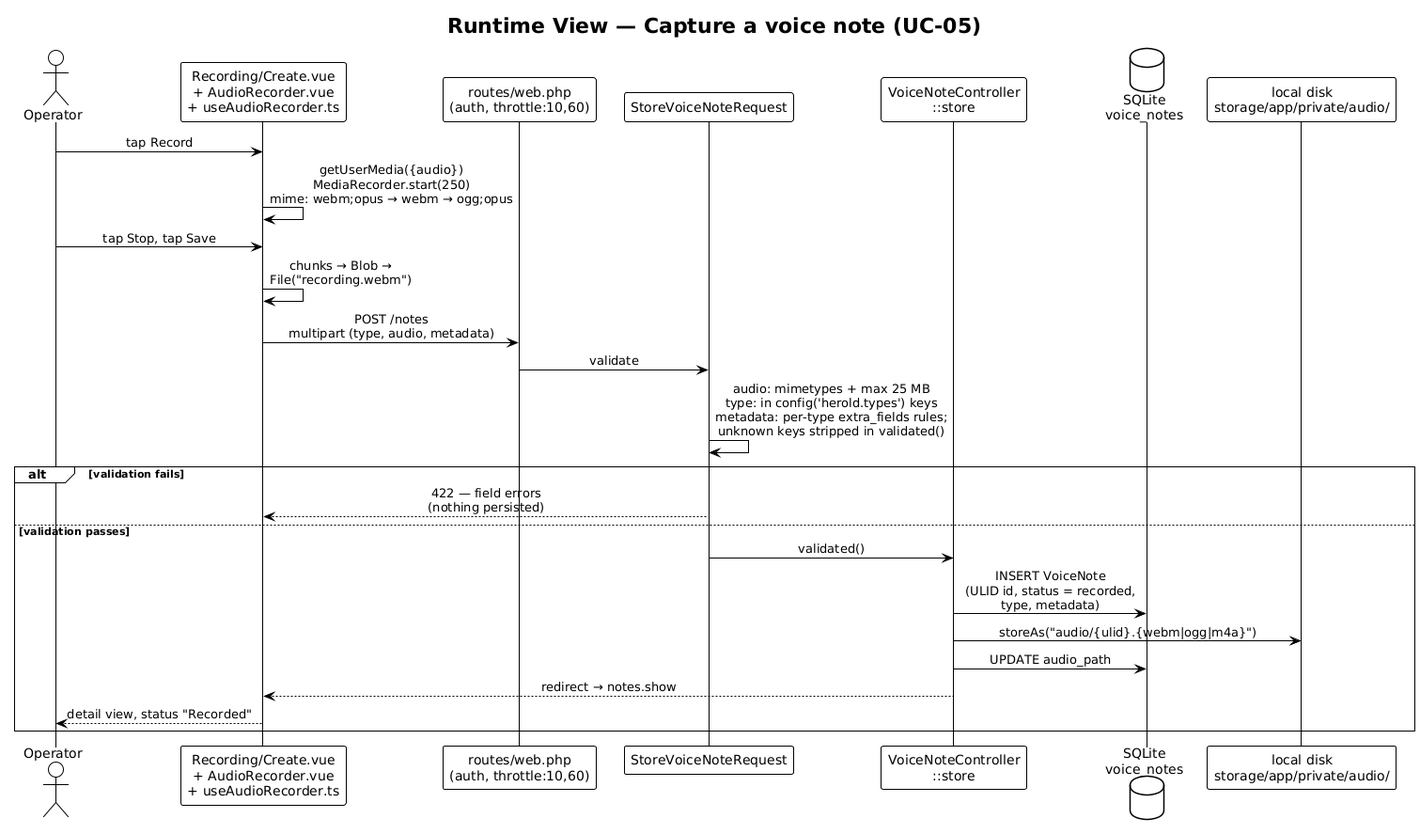
The PlantUML diagram docs/arch/diagrams-png/a06-capture.png in carstenlucke/herold, before a commit.
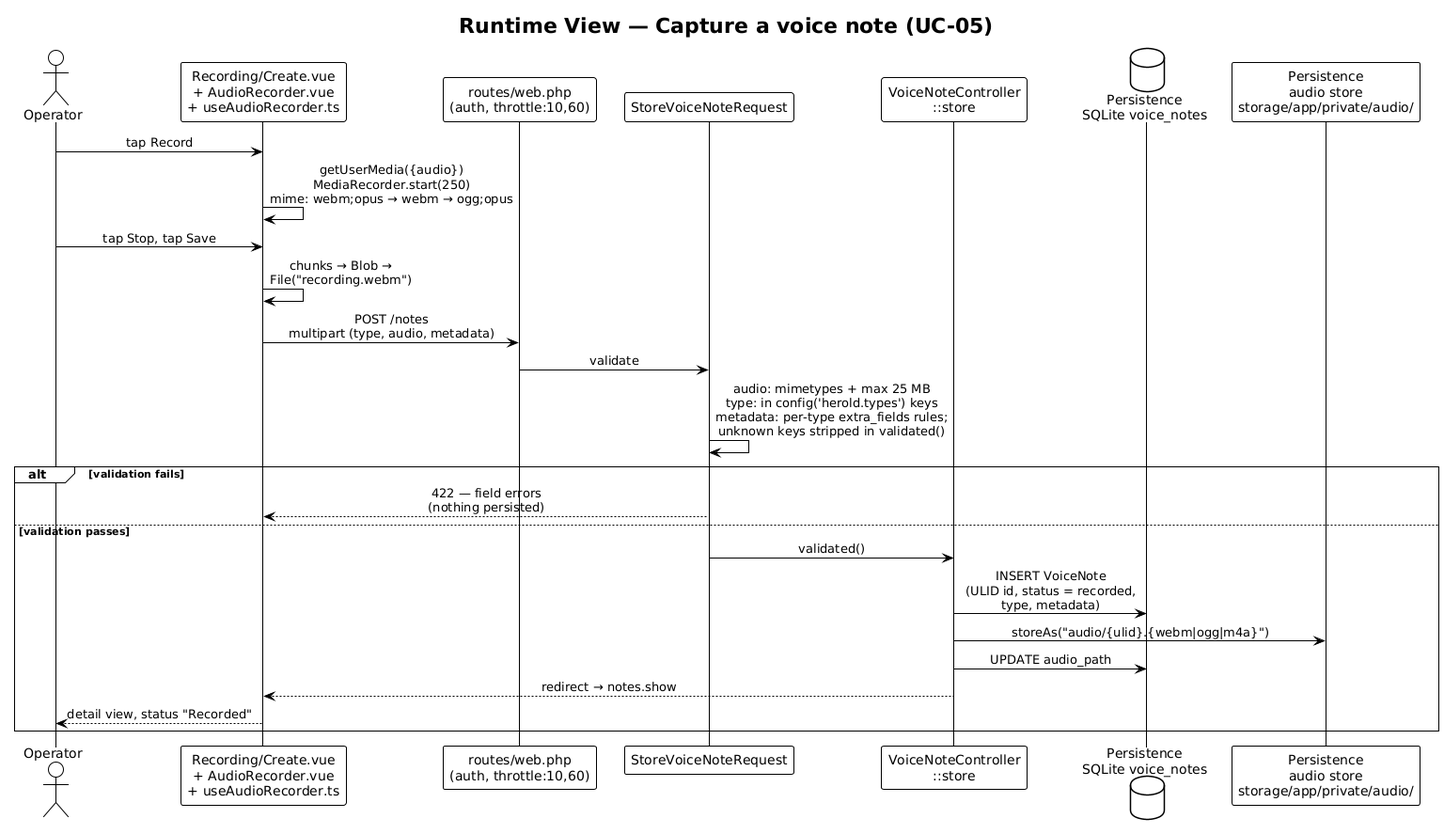
Above is the later version.

What changed in the source:
```diff
@@ -9,8 +9,8 @@
 participant "routes/web.php\n(auth, throttle:10,60)" as route
 participant "StoreVoiceNoteRequest" as req
 participant "VoiceNoteController\n::store" as ctrl
-database "SQLite\nvoice_notes" as db
-participant "local disk\nstorage/app/private/audio/" as fs
+database "Persistence\nSQLite voice_notes" as db
+participant "Persistence\naudio store\nstorage/app/private/audio/" as fs
 
 op -> ui : tap Record
 ui -> ui : getUserMedia({audio})\nMediaRecorder.start(250)\nmime: webm;opus → webm → ogg;opus
```
